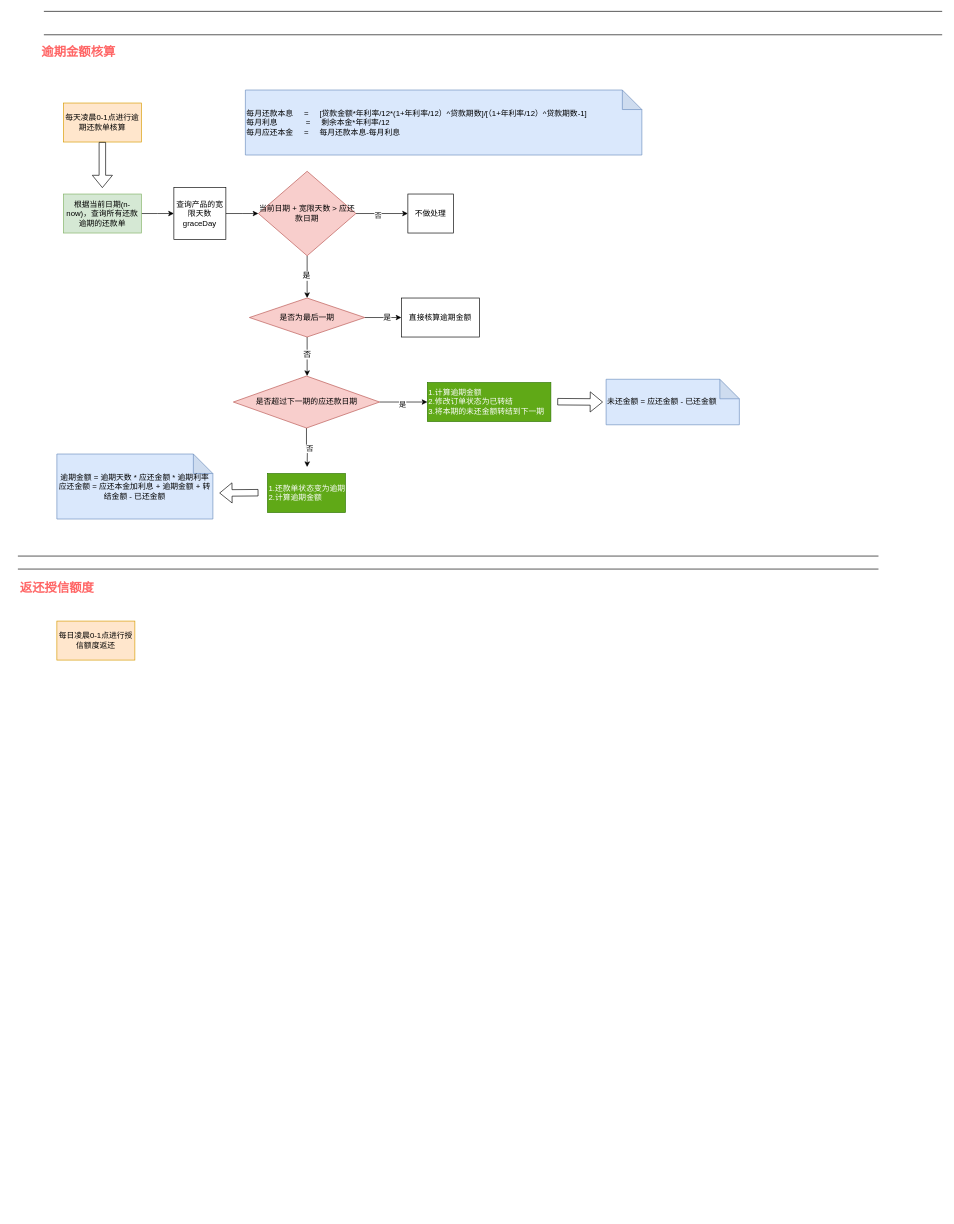
The draw.io diagram 还款设计.drawio in HaivenZhang/draw-io-files, before the edit. Source tidied: cells renumbered, new cells numbered last; positions are measured from the earlier drawing's top-left corner, leaving out a move shared by most shapes. Both pictures are drawn from the tidied source at 65%, with x=0, y=0 at pixel (11, 23).
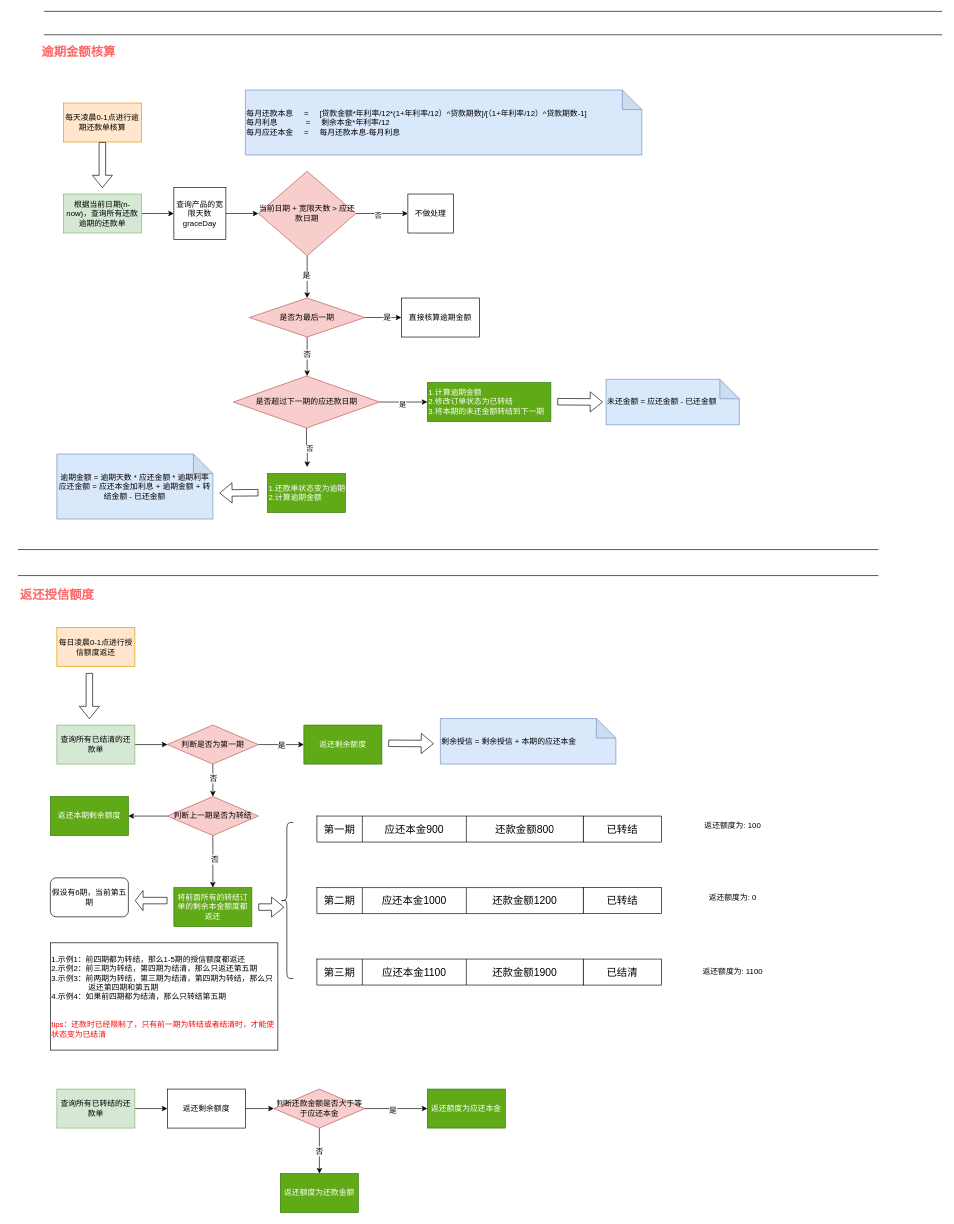
The same diagram, later.

Commit message:
更新还款设计.drawio

Change to the diagram source:
```diff
@@
-    <mxCell id="32" style="shape=link;html=1;rounded=0;fontFamily=Helvetica;fontSize=12;fontColor=default;width=20;" parent="1" edge="1">
+    <mxCell id="32" style="shape=link;html=1;rounded=0;fontFamily=Helvetica;fontSize=12;fontColor=default;width=40;" parent="1" edge="1">
       <mxGeometry relative="1" as="geometry">
         <mxPoint x="10" y="830" as="sourcePoint" />
         <mxPoint x="1334" y="830" as="targetPoint" />
       </mxGeometry>
     </mxCell>
@@
     <mxCell id="35" value="&lt;font color=&quot;#ff6666&quot;&gt;&lt;b&gt;返还授信额度&lt;/b&gt;&lt;/font&gt;" style="text;html=1;align=center;verticalAlign=middle;strokeColor=none;fillColor=none;fontSize=19;fontFamily=Helvetica;fontColor=default;" parent="1" vertex="1">
-      <mxGeometry y="850" width="140" height="40" as="geometry" />
+      <mxGeometry y="860" width="140" height="40" as="geometry" />
     </mxCell>
     <mxCell id="36" value="每日凌晨0-1点进行授信额度返还" style="rounded=0;whiteSpace=wrap;html=1;strokeColor=#d79b00;fontFamily=Helvetica;fontSize=12;fillColor=#ffe6cc;" parent="1" vertex="1">
-      <mxGeometry x="70" y="920" width="120" height="60" as="geometry" />
+      <mxGeometry x="70" y="930" width="120" height="60" as="geometry" />
     </mxCell>
+    <mxCell id="37" style="shape=flexArrow;endArrow=classic;html=1;rounded=0;" parent="1" edge="1">
+      <mxGeometry relative="1" as="geometry">
+        <mxPoint x="120" y="1000" as="sourcePoint" />
+        <mxPoint x="120" y="1070.7" as="targetPoint" />
+      </mxGeometry>
+    </mxCell>
+    <mxCell id="38" style="edgeStyle=orthogonalEdgeStyle;rounded=0;jettySize=auto;html=1;exitX=1;exitY=0.5;exitDx=0;exitDy=0;fontFamily=Helvetica;fontSize=12;fontColor=default;" parent="1" edge="1" source="39">
+      <mxGeometry relative="1" as="geometry">
+        <mxPoint x="240" y="1110" as="targetPoint" />
+      </mxGeometry>
+    </mxCell>
+    <mxCell id="39" value="查询所有已结清的还款单" style="rounded=0;whiteSpace=wrap;html=1;fillColor=#d5e8d4;strokeColor=#82b366;" parent="1" vertex="1">
+      <mxGeometry x="70" y="1080" width="120" height="60" as="geometry" />
+    </mxCell>
+    <mxCell id="40" style="edgeStyle=orthogonalEdgeStyle;rounded=0;jettySize=auto;html=1;exitX=1;exitY=0.5;exitDx=0;exitDy=0;fontFamily=Helvetica;fontSize=12;fontColor=default;" parent="1" edge="1" source="44">
+      <mxGeometry relative="1" as="geometry">
+        <mxPoint x="450" y="1110" as="targetPoint" />
+      </mxGeometry>
+    </mxCell>
+    <mxCell id="41" value="是" style="edgeLabel;html=1;align=center;verticalAlign=middle;fontSize=12;fontFamily=Helvetica;fontColor=default;" parent="40" vertex="1">
+      <mxGeometry x="0.01" relative="1" as="geometry">
+        <mxPoint y="1" as="offset" />
+      </mxGeometry>
+    </mxCell>
+    <mxCell id="42" style="edgeStyle=orthogonalEdgeStyle;rounded=0;jettySize=auto;html=1;fontFamily=Helvetica;fontSize=12;fontColor=default;" parent="1" edge="1" source="44">
+      <mxGeometry relative="1" as="geometry">
+        <mxPoint x="310" y="1190" as="targetPoint" />
+      </mxGeometry>
+    </mxCell>
+    <mxCell id="43" value="否" style="edgeLabel;html=1;align=center;verticalAlign=middle;fontSize=12;fontFamily=Helvetica;fontColor=default;" parent="42" vertex="1">
+      <mxGeometry x="-0.17" relative="1" as="geometry" />
+    </mxCell>
+    <mxCell id="44" value="判断是否为第一期" style="rhombus;whiteSpace=wrap;html=1;fillColor=#f8cecc;strokeColor=#b85450;" parent="1" vertex="1">
+      <mxGeometry x="240" y="1080" width="140" height="60" as="geometry" />
+    </mxCell>
+    <mxCell id="45" value="返还剩余额度" style="rounded=0;whiteSpace=wrap;html=1;strokeColor=#2D7600;fontFamily=Helvetica;fontSize=12;fontColor=#ffffff;fillColor=#60a917;" parent="1" vertex="1">
+      <mxGeometry x="450" y="1080" width="120" height="60" as="geometry" />
+    </mxCell>
+    <mxCell id="46" value="剩余授信 = 剩余授信 + 本期的应还本金" style="shape=note;whiteSpace=wrap;html=1;backgroundOutline=1;darkOpacity=0.05;rounded=0;strokeColor=#6c8ebf;fontFamily=Helvetica;fontSize=12;fillColor=#dae8fc;align=left;" parent="1" vertex="1">
+      <mxGeometry x="660" y="1070" width="270" height="70" as="geometry" />
+    </mxCell>
+    <mxCell id="47" style="shape=flexArrow;endArrow=classic;html=1;rounded=0;fontFamily=Helvetica;fontSize=12;fontColor=default;" parent="1" edge="1">
+      <mxGeometry relative="1" as="geometry">
+        <mxPoint x="580" y="1108" as="sourcePoint" />
+        <mxPoint x="650" y="1108.5" as="targetPoint" />
+      </mxGeometry>
+    </mxCell>
+    <mxCell id="48" value="将前面所有的转结订单的剩余本金额度都返还" style="rounded=0;whiteSpace=wrap;html=1;strokeColor=#2D7600;fontFamily=Helvetica;fontSize=12;fontColor=#ffffff;fillColor=#60a917;" parent="1" vertex="1">
+      <mxGeometry x="250" y="1330" width="120" height="60" as="geometry" />
+    </mxCell>
+    <mxCell id="49" style="edgeStyle=orthogonalEdgeStyle;rounded=0;jettySize=auto;html=1;exitX=1;exitY=0.5;exitDx=0;exitDy=0;fontFamily=Helvetica;fontSize=12;fontColor=default;" parent="1" edge="1" source="50">
+      <mxGeometry relative="1" as="geometry">
+        <mxPoint x="240" y="1670" as="targetPoint" />
+      </mxGeometry>
+    </mxCell>
+    <mxCell id="50" value="查询所有已转结的还款单" style="rounded=0;whiteSpace=wrap;html=1;fillColor=#d5e8d4;strokeColor=#82b366;" parent="1" vertex="1">
+      <mxGeometry x="70" y="1640" width="120" height="60" as="geometry" />
+    </mxCell>
+    <mxCell id="51" style="edgeStyle=orthogonalEdgeStyle;rounded=0;jettySize=auto;html=1;exitX=1;exitY=0.5;exitDx=0;exitDy=0;fontFamily=Helvetica;fontSize=12;fontColor=default;" parent="1" edge="1" source="55">
+      <mxGeometry relative="1" as="geometry">
+        <mxPoint x="640" y="1670" as="targetPoint" />
+      </mxGeometry>
+    </mxCell>
+    <mxCell id="52" value="是" style="edgeLabel;html=1;align=center;verticalAlign=middle;fontSize=12;fontFamily=Helvetica;fontColor=default;" parent="51" vertex="1">
+      <mxGeometry x="-0.11" y="-3" relative="1" as="geometry" />
+    </mxCell>
+    <mxCell id="53" style="edgeStyle=orthogonalEdgeStyle;rounded=0;jettySize=auto;html=1;exitX=0.5;exitY=1;exitDx=0;exitDy=0;fontFamily=Helvetica;fontSize=12;fontColor=default;" parent="1" edge="1" source="55">
+      <mxGeometry relative="1" as="geometry">
+        <mxPoint x="474" y="1770" as="targetPoint" />
+      </mxGeometry>
+    </mxCell>
+    <mxCell id="54" value="否" style="edgeLabel;html=1;align=center;verticalAlign=middle;fontSize=12;fontFamily=Helvetica;fontColor=default;" parent="53" vertex="1">
+      <mxGeometry relative="1" as="geometry" />
+    </mxCell>
+    <mxCell id="55" value="判断还款金额是否大于等于应还本金" style="rhombus;whiteSpace=wrap;html=1;fillColor=#f8cecc;strokeColor=#b85450;" parent="1" vertex="1">
+      <mxGeometry x="403.8" y="1640" width="140" height="60" as="geometry" />
+    </mxCell>
+    <mxCell id="56" style="edgeStyle=orthogonalEdgeStyle;rounded=0;jettySize=auto;html=1;exitX=1;exitY=0.5;exitDx=0;exitDy=0;entryX=0;entryY=0.5;entryDx=0;entryDy=0;fontFamily=Helvetica;fontSize=12;fontColor=default;" parent="1" edge="1" source="57" target="55">
+      <mxGeometry relative="1" as="geometry" />
+    </mxCell>
+    <mxCell id="57" value="返还剩余额度" style="rounded=0;whiteSpace=wrap;html=1;strokeColor=default;fontFamily=Helvetica;fontSize=12;fontColor=default;fillColor=default;" parent="1" vertex="1">
+      <mxGeometry x="240" y="1640" width="120" height="60" as="geometry" />
+    </mxCell>
+    <mxCell id="58" value="返还额度为应还本金" style="rounded=0;whiteSpace=wrap;html=1;strokeColor=#2D7600;fontFamily=Helvetica;fontSize=12;fontColor=#ffffff;fillColor=#60a917;" parent="1" vertex="1">
+      <mxGeometry x="640" y="1640" width="120" height="60" as="geometry" />
+    </mxCell>
+    <mxCell id="59" value="返还额度为还款金额" style="rounded=0;whiteSpace=wrap;html=1;strokeColor=#2D7600;fontFamily=Helvetica;fontSize=12;fontColor=#ffffff;fillColor=#60a917;" parent="1" vertex="1">
+      <mxGeometry x="413.8" y="1770" width="120" height="60" as="geometry" />
+    </mxCell>
+    <mxCell id="60" style="edgeStyle=orthogonalEdgeStyle;rounded=0;jettySize=auto;html=1;fontFamily=Helvetica;fontSize=12;fontColor=default;" parent="1" edge="1" source="63">
+      <mxGeometry relative="1" as="geometry">
+        <mxPoint x="310" y="1330" as="targetPoint" />
+      </mxGeometry>
+    </mxCell>
+    <mxCell id="61" value="否" style="edgeLabel;html=1;align=center;verticalAlign=middle;fontSize=12;fontFamily=Helvetica;fontColor=default;" parent="60" vertex="1">
+      <mxGeometry x="-0.11" y="2" relative="1" as="geometry" />
+    </mxCell>
+    <mxCell id="62" style="edgeStyle=orthogonalEdgeStyle;rounded=0;jettySize=auto;html=1;fontFamily=Helvetica;fontSize=12;fontColor=default;" parent="1" edge="1" source="63">
+      <mxGeometry relative="1" as="geometry">
+        <mxPoint x="180" y="1220" as="targetPoint" />
+      </mxGeometry>
+    </mxCell>
+    <mxCell id="63" value="判断上一期是否为转结" style="rhombus;whiteSpace=wrap;html=1;fillColor=#f8cecc;strokeColor=#b85450;" parent="1" vertex="1">
+      <mxGeometry x="240" y="1190" width="140" height="60" as="geometry" />
+    </mxCell>
+    <mxCell id="64" value="返还本期剩余额度" style="rounded=0;whiteSpace=wrap;html=1;strokeColor=#2D7600;fontFamily=Helvetica;fontSize=12;fontColor=#ffffff;fillColor=#60a917;" parent="1" vertex="1">
+      <mxGeometry x="60" y="1190" width="120" height="60" as="geometry" />
+    </mxCell>
+    <mxCell id="65" style="shape=curlyBracket;whiteSpace=wrap;html=1;rounded=1;labelPosition=left;verticalLabelPosition=middle;align=right;verticalAlign=middle;strokeColor=default;fontFamily=Helvetica;fontSize=12;fontColor=default;fillColor=default;" parent="1" vertex="1">
+      <mxGeometry x="413.8" y="1230" width="20" height="240" as="geometry" />
+    </mxCell>
+    <mxCell id="66" style="shape=flexArrow;endArrow=classic;html=1;rounded=0;fontFamily=Helvetica;fontSize=12;fontColor=default;entryX=0.3;entryY=0.542;entryDx=0;entryDy=0;entryPerimeter=0;" parent="1" edge="1" target="65">
+      <mxGeometry relative="1" as="geometry">
+        <mxPoint x="380" y="1360" as="sourcePoint" />
+      </mxGeometry>
+    </mxCell>
+    <mxCell id="67" style="group;" parent="1" vertex="1">
+      <mxGeometry x="470" y="1220" width="530" height="40" as="geometry" />
+    </mxCell>
+    <mxCell id="68" style="shape=table;startSize=0;childLayout=tableLayout;fontSize=16;rounded=0;strokeColor=default;fontFamily=Helvetica;fontColor=default;fillColor=default;html=1;" parent="67" vertex="1">
+      <mxGeometry width="410" height="40" as="geometry" />
+    </mxCell>
+    <mxCell id="69" style="shape=tableRow;horizontal=0;startSize=0;swimlaneHead=0;swimlaneBody=0;strokeColor=inherit;top=0;left=0;bottom=0;right=0;fillColor=none;fontSize=16;rounded=0;fontFamily=Helvetica;fontColor=default;html=1;" parent="68" vertex="1">
+      <mxGeometry width="410" height="40" as="geometry" />
+    </mxCell>
+    <mxCell id="70" value="第一期" style="shape=partialRectangle;html=1;whiteSpace=wrap;strokeColor=inherit;overflow=hidden;fillColor=none;top=0;left=0;bottom=0;right=0;fontSize=16;rounded=0;fontFamily=Helvetica;fontColor=default;" parent="69" vertex="1">
+      <mxGeometry width="70" height="40" as="geometry" />
+    </mxCell>
+    <mxCell id="71" value="应还本金900" style="shape=partialRectangle;html=1;whiteSpace=wrap;strokeColor=inherit;overflow=hidden;fillColor=none;top=0;left=0;bottom=0;right=0;fontSize=16;rounded=0;fontFamily=Helvetica;fontColor=default;" parent="69" vertex="1">
+      <mxGeometry x="70" width="160" height="40" as="geometry" />
+    </mxCell>
+    <mxCell id="72" value="还款金额800" style="shape=partialRectangle;html=1;whiteSpace=wrap;strokeColor=inherit;overflow=hidden;fillColor=none;top=0;left=0;bottom=0;right=0;fontSize=16;rounded=0;fontFamily=Helvetica;fontColor=default;" parent="69" vertex="1">
+      <mxGeometry x="230" width="180" height="40" as="geometry" />
+    </mxCell>
+    <mxCell id="73" value="已转结" style="whiteSpace=wrap;html=1;fontSize=16;startSize=0;rounded=0;" parent="67" vertex="1">
+      <mxGeometry x="410" width="120" height="40" as="geometry" />
+    </mxCell>
+    <mxCell id="74" style="group;" parent="1" vertex="1">
+      <mxGeometry x="470" y="1330" width="530" height="40" as="geometry" />
+    </mxCell>
+    <mxCell id="75" style="shape=table;startSize=0;childLayout=tableLayout;fontSize=16;rounded=0;strokeColor=default;fontFamily=Helvetica;fontColor=default;fillColor=default;html=1;" parent="74" vertex="1">
+      <mxGeometry width="410" height="40" as="geometry" />
+    </mxCell>
+    <mxCell id="76" style="shape=tableRow;horizontal=0;startSize=0;swimlaneHead=0;swimlaneBody=0;strokeColor=inherit;top=0;left=0;bottom=0;right=0;fillColor=none;fontSize=16;rounded=0;fontFamily=Helvetica;fontColor=default;html=1;" parent="75" vertex="1">
+      <mxGeometry width="410" height="40" as="geometry" />
+    </mxCell>
+    <mxCell id="77" value="第二期" style="shape=partialRectangle;html=1;whiteSpace=wrap;strokeColor=inherit;overflow=hidden;fillColor=none;top=0;left=0;bottom=0;right=0;fontSize=16;rounded=0;fontFamily=Helvetica;fontColor=default;" parent="76" vertex="1">
+      <mxGeometry width="70" height="40" as="geometry" />
+    </mxCell>
+    <mxCell id="78" value="应还本金1000" style="shape=partialRectangle;html=1;whiteSpace=wrap;strokeColor=inherit;overflow=hidden;fillColor=none;top=0;left=0;bottom=0;right=0;fontSize=16;rounded=0;fontFamily=Helvetica;fontColor=default;" parent="76" vertex="1">
+      <mxGeometry x="70" width="160" height="40" as="geometry" />
+    </mxCell>
+    <mxCell id="79" value="还款金额1200" style="shape=partialRectangle;html=1;whiteSpace=wrap;strokeColor=inherit;overflow=hidden;fillColor=none;top=0;left=0;bottom=0;right=0;fontSize=16;rounded=0;fontFamily=Helvetica;fontColor=default;" parent="76" vertex="1">
+      <mxGeometry x="230" width="180" height="40" as="geometry" />
+    </mxCell>
+    <mxCell id="80" value="已转结" style="whiteSpace=wrap;html=1;fontSize=16;startSize=0;rounded=0;" parent="74" vertex="1">
+      <mxGeometry x="410" width="120" height="40" as="geometry" />
+    </mxCell>
+    <mxCell id="81" style="group;" parent="1" vertex="1">
+      <mxGeometry x="470" y="1440" width="530" height="40" as="geometry" />
+    </mxCell>
+    <mxCell id="82" style="shape=table;startSize=0;childLayout=tableLayout;fontSize=16;rounded=0;strokeColor=default;fontFamily=Helvetica;fontColor=default;fillColor=default;html=1;" parent="81" vertex="1">
+      <mxGeometry width="410" height="40" as="geometry" />
+    </mxCell>
+    <mxCell id="83" style="shape=tableRow;horizontal=0;startSize=0;swimlaneHead=0;swimlaneBody=0;strokeColor=inherit;top=0;left=0;bottom=0;right=0;fillColor=none;fontSize=16;rounded=0;fontFamily=Helvetica;fontColor=default;html=1;" parent="82" vertex="1">
+      <mxGeometry width="410" height="40" as="geometry" />
+    </mxCell>
+    <mxCell id="84" value="第三期" style="shape=partialRectangle;html=1;whiteSpace=wrap;strokeColor=inherit;overflow=hidden;fillColor=none;top=0;left=0;bottom=0;right=0;fontSize=16;rounded=0;fontFamily=Helvetica;fontColor=default;" parent="83" vertex="1">
+      <mxGeometry width="70" height="40" as="geometry" />
+    </mxCell>
+    <mxCell id="85" value="应还本金1100" style="shape=partialRectangle;html=1;whiteSpace=wrap;strokeColor=inherit;overflow=hidden;fillColor=none;top=0;left=0;bottom=0;right=0;fontSize=16;rounded=0;fontFamily=Helvetica;fontColor=default;" parent="83" vertex="1">
+      <mxGeometry x="70" width="160" height="40" as="geometry" />
+    </mxCell>
+    <mxCell id="86" value="还款金额1900" style="shape=partialRectangle;html=1;whiteSpace=wrap;strokeColor=inherit;overflow=hidden;fillColor=none;top=0;left=0;bottom=0;right=0;fontSize=16;rounded=0;fontFamily=Helvetica;fontColor=default;" parent="83" vertex="1">
+      <mxGeometry x="230" width="180" height="40" as="geometry" />
+    </mxCell>
+    <mxCell id="87" value="已结清" style="whiteSpace=wrap;html=1;fontSize=16;startSize=0;rounded=0;" parent="81" vertex="1">
+      <mxGeometry x="410" width="120" height="40" as="geometry" />
+    </mxCell>
+    <mxCell id="88" value="返还额度为: 1100" style="text;html=1;strokeColor=none;fillColor=none;align=center;verticalAlign=middle;whiteSpace=wrap;rounded=0;fontSize=12;fontFamily=Helvetica;fontColor=default;" parent="1" vertex="1">
+      <mxGeometry x="1030" y="1445" width="160" height="30" as="geometry" />
+    </mxCell>
+    <mxCell id="89" value="返还额度为: 0" style="text;html=1;strokeColor=none;fillColor=none;align=center;verticalAlign=middle;whiteSpace=wrap;rounded=0;fontSize=12;fontFamily=Helvetica;fontColor=default;" parent="1" vertex="1">
+      <mxGeometry x="1030" y="1330" width="160" height="30" as="geometry" />
+    </mxCell>
+    <mxCell id="90" value="返还额度为: 100" style="text;html=1;strokeColor=none;fillColor=none;align=center;verticalAlign=middle;whiteSpace=wrap;rounded=0;fontSize=12;fontFamily=Helvetica;fontColor=default;" parent="1" vertex="1">
+      <mxGeometry x="1030" y="1220" width="160" height="30" as="geometry" />
+    </mxCell>
+    <mxCell id="91" value="&lt;div align=&quot;left&quot;&gt;1.示例1：前四期都为转结，那么1-5期的授信额度都返还&lt;/div&gt;&lt;div align=&quot;left&quot;&gt;2.示例2：前三期为转结，第四期为结清，那么只返还第五期&lt;/div&gt;&lt;div align=&quot;left&quot;&gt;3.示例3：前两期为转结，第三期为结清，第四期为转结，那么只 &lt;span style=&quot;white-space: pre;&quot;&gt;&#9;&lt;/span&gt;&lt;span style=&quot;white-space: pre;&quot;&gt;&#9;&lt;/span&gt; 返还第四期和第五期&lt;/div&gt;&lt;div align=&quot;left&quot;&gt;4.示例4：如果前四期都为结清，那么只转结第五期&lt;/div&gt;&lt;div align=&quot;left&quot;&gt;&lt;br&gt;&lt;/div&gt;&lt;div align=&quot;left&quot;&gt;&lt;br&gt;&lt;/div&gt;&lt;div align=&quot;left&quot;&gt;&lt;font color=&quot;#ff0000&quot;&gt;tips：还款时已经限制了，只有前一期为转结或者结清时，才能使状态变为已结清&lt;/font&gt;&lt;br&gt;&lt;/div&gt;" style="rounded=0;whiteSpace=wrap;html=1;strokeColor=default;fontFamily=Helvetica;fontSize=12;fontColor=default;fillColor=default;align=left;" parent="1" vertex="1">
+      <mxGeometry x="60" y="1415" width="350" height="165" as="geometry" />
+    </mxCell>
+    <mxCell id="92" value="假设有6期，当前第五期" style="rounded=1;whiteSpace=wrap;html=1;strokeColor=default;fontFamily=Helvetica;fontSize=12;fontColor=default;fillColor=default;" parent="1" vertex="1">
+      <mxGeometry x="60" y="1315" width="120" height="60" as="geometry" />
+    </mxCell>
+    <mxCell id="93" style="shape=flexArrow;endArrow=classic;html=1;rounded=0;fontFamily=Helvetica;fontSize=12;fontColor=default;width=10;endSize=3.7;" parent="1" edge="1">
+      <mxGeometry relative="1" as="geometry">
+        <mxPoint x="240" y="1350" as="sourcePoint" />
+        <mxPoint x="190" y="1350" as="targetPoint" />
+      </mxGeometry>
+    </mxCell>
```
